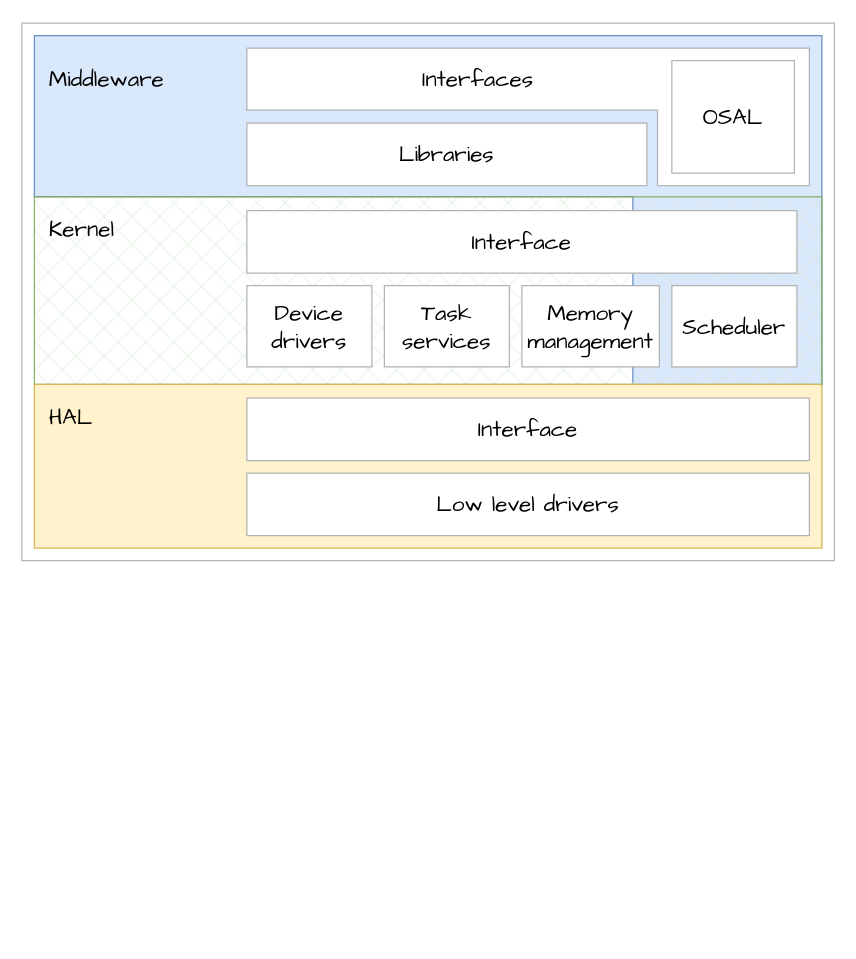
This is page "OS Structure" (2 of 9) of assets/OS.drawio from braboj/tutorial-os, a draw.io file, before an edit. Source tidied: cells renumbered, new cells numbered last; positions are measured from the earlier drawing's top-left corner, leaving out a move shared by most shapes. Both pictures are drawn from the tidied source at 125%, with x=0, y=0 at pixel (21, 22).
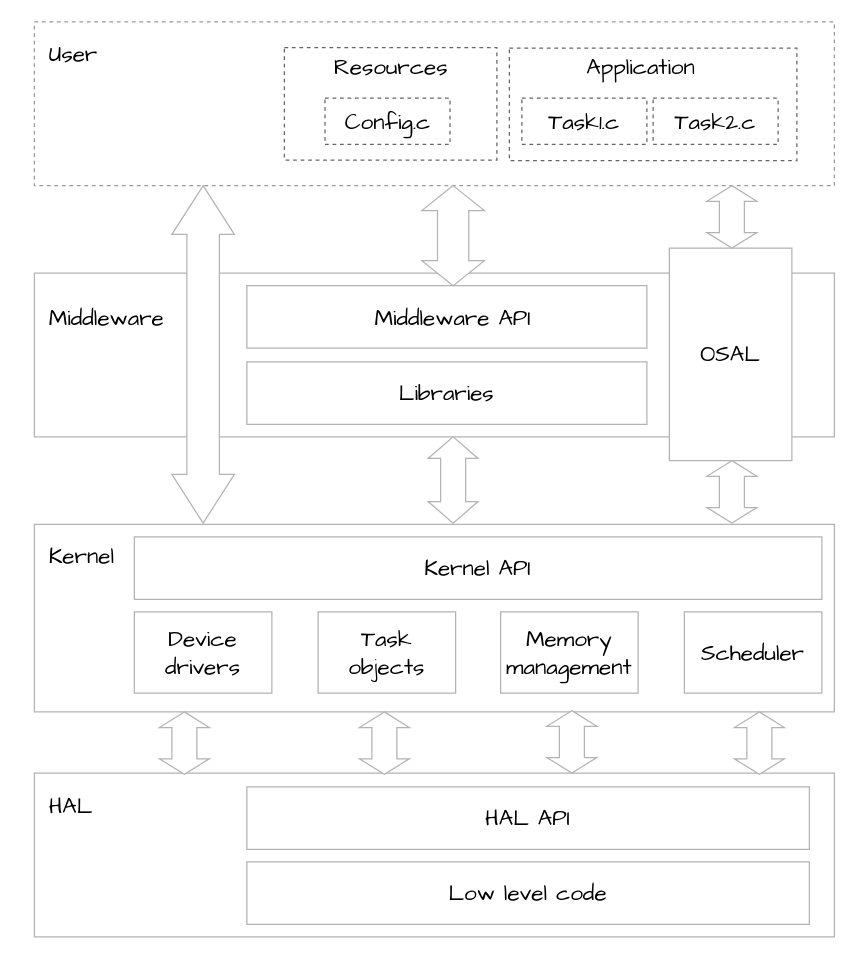
Above is the later version.

The edit, as a diff of the source:
```diff
@@
-    <mxCell id="2" style="rounded=0;whiteSpace=wrap;html=1;strokeColor=#B3B3B3;fontFamily=Comic Sans MS;" parent="1" vertex="1">
-      <mxGeometry width="650" height="430" as="geometry" />
-    </mxCell>
-    <mxCell id="3" style="verticalLabelPosition=bottom;verticalAlign=top;html=1;shape=mxgraph.basic.polygon;polyCoords=[[0.25,0],[0.75,0],[1,0],[1,1],[0.76,1],[0.76,0.46],[0,0.46],[0,0]];polyline=0;shadow=0;fontFamily=Comic Sans MS;fontSize=18;strokeColor=#6c8ebf;fillColor=#dae8fc;" parent="1" vertex="1">
-      <mxGeometry x="10" y="10" width="630" height="280" as="geometry" />
-    </mxCell>
+    <mxCell id="20" style="rounded=0;whiteSpace=wrap;html=1;shadow=0;fillStyle=auto;fontFamily=Comic Sans MS;dashed=1;strokeColor=#999999;" parent="1" vertex="1">
+      <mxGeometry x="10" y="-1" width="640" height="131" as="geometry" />
+    </mxCell>
+    <mxCell id="21" style="rounded=0;whiteSpace=wrap;html=1;glass=0;shadow=0;fontSize=18;strokeColor=#666666;fontFamily=Comic Sans MS;dashed=1;" parent="1" vertex="1">
+      <mxGeometry x="210" y="19.5" width="170" height="90" as="geometry" />
+    </mxCell>
+    <mxCell id="22" style="rounded=0;whiteSpace=wrap;html=1;glass=0;shadow=0;fontSize=18;strokeColor=#666666;fontFamily=Comic Sans MS;dashed=1;" parent="1" vertex="1">
+      <mxGeometry x="390" y="20" width="230" height="90" as="geometry" />
+    </mxCell>
-    <mxCell id="4" style="rounded=0;whiteSpace=wrap;html=1;shadow=0;fillStyle=cross-hatch;strokeColor=#82b366;fontFamily=Comic Sans MS;fillColor=#d5e8d4;" parent="1" vertex="1">
-      <mxGeometry x="10" y="139" width="630" height="150" as="geometry" />
+    <mxCell id="4" style="rounded=0;whiteSpace=wrap;html=1;shadow=0;fillStyle=auto;fontFamily=Comic Sans MS;strokeColor=#B3B3B3;" parent="1" vertex="1">
+      <mxGeometry x="10" y="401" width="640" height="150" as="geometry" />
     </mxCell>
+    <mxCell id="23" style="rounded=0;whiteSpace=wrap;html=1;shadow=0;fillStyle=auto;fontFamily=Comic Sans MS;strokeColor=#B3B3B3;" parent="1" vertex="1">
+      <mxGeometry x="10" y="200" width="640" height="131" as="geometry" />
+    </mxCell>
-    <mxCell id="5" style="rounded=0;whiteSpace=wrap;html=1;glass=0;shadow=0;strokeColor=#d6b656;fontFamily=Comic Sans MS;fontSize=16;fillColor=#fff2cc;" parent="1" vertex="1">
-      <mxGeometry x="10" y="289" width="630" height="131" as="geometry" />
+    <mxCell id="5" style="rounded=0;whiteSpace=wrap;html=1;glass=0;shadow=0;fontFamily=Comic Sans MS;fontSize=16;strokeColor=#B3B3B3;" parent="1" vertex="1">
+      <mxGeometry x="10" y="600" width="640" height="131" as="geometry" />
     </mxCell>
     <mxCell id="6" value="Kernel" style="text;html=1;align=left;verticalAlign=middle;whiteSpace=wrap;rounded=0;shadow=0;glass=0;fillStyle=auto;fontFamily=Comic Sans MS;fontSize=18;" parent="1" vertex="1">
-      <mxGeometry x="20" y="150" width="60" height="30" as="geometry" />
+      <mxGeometry x="20" y="411" width="60" height="30" as="geometry" />
     </mxCell>
     <mxCell id="7" value="Middleware" style="text;html=1;align=left;verticalAlign=middle;whiteSpace=wrap;rounded=0;shadow=0;glass=0;fillStyle=auto;fontFamily=Comic Sans MS;fontSize=18;" parent="1" vertex="1">
-      <mxGeometry x="20" y="30" width="100" height="30" as="geometry" />
+      <mxGeometry x="20" y="221" width="100" height="30" as="geometry" />
     </mxCell>
     <mxCell id="8" value="Memory management" style="rounded=0;whiteSpace=wrap;html=1;glass=0;shadow=0;fontSize=18;strokeColor=#B3B3B3;fontFamily=Comic Sans MS;" parent="1" vertex="1">
-      <mxGeometry x="400" y="210" width="110" height="65" as="geometry" />
+      <mxGeometry x="383" y="471" width="110" height="65" as="geometry" />
     </mxCell>
     <mxCell id="9" value="Scheduler" style="rounded=0;whiteSpace=wrap;html=1;glass=0;shadow=0;fontSize=18;strokeColor=#B3B3B3;fontFamily=Comic Sans MS;" parent="1" vertex="1">
-      <mxGeometry x="520" y="210" width="100" height="65" as="geometry" />
+      <mxGeometry x="530" y="471" width="110" height="65" as="geometry" />
     </mxCell>
-    <mxCell id="10" value="Interface" style="rounded=0;whiteSpace=wrap;html=1;glass=0;shadow=0;fontSize=18;strokeColor=#B3B3B3;fontFamily=Comic Sans MS;" parent="1" vertex="1">
-      <mxGeometry x="180" y="150" width="440" height="50" as="geometry" />
+    <mxCell id="10" value="Kernel API" style="rounded=0;whiteSpace=wrap;html=1;glass=0;shadow=0;fontSize=18;strokeColor=#B3B3B3;fontFamily=Comic Sans MS;" parent="1" vertex="1">
+      <mxGeometry x="90" y="411" width="550" height="50" as="geometry" />
     </mxCell>
-    <mxCell id="11" value="Task services" style="rounded=0;whiteSpace=wrap;html=1;glass=0;shadow=0;fontSize=18;strokeColor=#B3B3B3;fontFamily=Comic Sans MS;" parent="1" vertex="1">
-      <mxGeometry x="290" y="210" width="100" height="65" as="geometry" />
+    <mxCell id="11" value="Task objects" style="rounded=0;whiteSpace=wrap;html=1;glass=0;shadow=0;fontSize=18;strokeColor=#B3B3B3;fontFamily=Comic Sans MS;" parent="1" vertex="1">
+      <mxGeometry x="237" y="471" width="110" height="65" as="geometry" />
     </mxCell>
     <mxCell id="12" value="Device drivers" style="rounded=0;whiteSpace=wrap;html=1;glass=0;shadow=0;fontSize=18;strokeColor=#B3B3B3;fontFamily=Comic Sans MS;" parent="1" vertex="1">
-      <mxGeometry x="180" y="210" width="100" height="65" as="geometry" />
+      <mxGeometry x="90" y="471" width="110" height="65" as="geometry" />
     </mxCell>
     <mxCell id="13" value="HAL" style="text;html=1;align=left;verticalAlign=middle;whiteSpace=wrap;rounded=0;shadow=0;glass=0;fillStyle=auto;fontFamily=Comic Sans MS;fontSize=18;" parent="1" vertex="1">
-      <mxGeometry x="20" y="300" width="60" height="30" as="geometry" />
+      <mxGeometry x="20" y="611" width="60" height="30" as="geometry" />
     </mxCell>
-    <mxCell id="14" value="Interface" style="rounded=0;whiteSpace=wrap;html=1;glass=0;shadow=0;fontSize=18;strokeColor=#B3B3B3;fontFamily=Comic Sans MS;" parent="1" vertex="1">
-      <mxGeometry x="180" y="300" width="450" height="50" as="geometry" />
+    <mxCell id="14" value="HAL API" style="rounded=0;whiteSpace=wrap;html=1;glass=0;shadow=0;fontSize=18;strokeColor=#B3B3B3;fontFamily=Comic Sans MS;" parent="1" vertex="1">
+      <mxGeometry x="180" y="611" width="450" height="50" as="geometry" />
     </mxCell>
-    <mxCell id="15" value="Low level drivers" style="rounded=0;whiteSpace=wrap;html=1;glass=0;shadow=0;fontSize=18;strokeColor=#B3B3B3;fontFamily=Comic Sans MS;" parent="1" vertex="1">
-      <mxGeometry x="180" y="360" width="450" height="50" as="geometry" />
+    <mxCell id="15" value="Low level code" style="rounded=0;whiteSpace=wrap;html=1;glass=0;shadow=0;fontSize=18;strokeColor=#B3B3B3;fontFamily=Comic Sans MS;" parent="1" vertex="1">
+      <mxGeometry x="180" y="671" width="450" height="50" as="geometry" />
     </mxCell>
-    <mxCell id="16" style="verticalLabelPosition=bottom;verticalAlign=top;html=1;shape=mxgraph.basic.polygon;polyCoords=[[0.25,0],[0.75,0],[1,0],[1,1],[0.73,1],[0.73,0.45],[0,0.45],[0,0]];polyline=0;shadow=0;fontFamily=Comic Sans MS;fontSize=18;strokeColor=#B3B3B3;" parent="1" vertex="1">
-      <mxGeometry x="180" y="20" width="450" height="110" as="geometry" />
+    <mxCell id="16" style="verticalLabelPosition=bottom;verticalAlign=top;html=1;shape=mxgraph.basic.polygon;polyCoords=[[0.25,0],[0.75,0],[1,0],[1,0.45],[0.76,0.45],[0.73,0.45],[0,0.45],[0,0]];polyline=0;shadow=0;fontFamily=Comic Sans MS;fontSize=18;strokeColor=#B3B3B3;" parent="1" vertex="1">
+      <mxGeometry x="180" y="210" width="320" height="111" as="geometry" />
     </mxCell>
     <mxCell id="17" value="Libraries" style="rounded=0;whiteSpace=wrap;html=1;glass=0;shadow=0;fontSize=18;strokeColor=#B3B3B3;fontFamily=Comic Sans MS;" parent="1" vertex="1">
-      <mxGeometry x="180" y="80" width="320" height="50" as="geometry" />
+      <mxGeometry x="180" y="271" width="320" height="50" as="geometry" />
     </mxCell>
     <mxCell id="18" value="OSAL" style="rounded=0;whiteSpace=wrap;html=1;glass=0;shadow=0;fontSize=18;strokeColor=#B3B3B3;fontFamily=Comic Sans MS;" parent="1" vertex="1">
-      <mxGeometry x="520" y="30" width="98" height="90" as="geometry" />
+      <mxGeometry x="518" y="180" width="98" height="170" as="geometry" />
     </mxCell>
-    <mxCell id="19" value="Interfaces" style="text;html=1;strokeColor=none;fillColor=none;align=center;verticalAlign=middle;whiteSpace=wrap;rounded=0;shadow=0;fontFamily=Comic Sans MS;fontSize=18;" parent="1" vertex="1">
-      <mxGeometry x="300" y="30" width="130" height="30" as="geometry" />
+    <mxCell id="19" value="Middleware API" style="text;html=1;strokeColor=none;fillColor=none;align=center;verticalAlign=middle;whiteSpace=wrap;rounded=0;shadow=0;fontFamily=Comic Sans MS;fontSize=18;" parent="1" vertex="1">
+      <mxGeometry x="270" y="221" width="150" height="30" as="geometry" />
     </mxCell>
+    <mxCell id="24" value="User" style="text;html=1;align=left;verticalAlign=middle;whiteSpace=wrap;rounded=0;shadow=0;glass=0;fillStyle=auto;fontFamily=Comic Sans MS;fontSize=18;" parent="1" vertex="1">
+      <mxGeometry x="20" y="10" width="100" height="30" as="geometry" />
+    </mxCell>
+    <mxCell id="25" value="Task1.c" style="rounded=0;whiteSpace=wrap;html=1;glass=0;shadow=0;fontSize=18;strokeColor=#666666;fontFamily=Comic Sans MS;dashed=1;" parent="1" vertex="1">
+      <mxGeometry x="400" y="60" width="100" height="37" as="geometry" />
+    </mxCell>
+    <mxCell id="26" value="Task2.c" style="rounded=0;whiteSpace=wrap;html=1;glass=0;shadow=0;fontSize=18;strokeColor=#666666;fontFamily=Comic Sans MS;dashed=1;" parent="1" vertex="1">
+      <mxGeometry x="505" y="60" width="100" height="37" as="geometry" />
+    </mxCell>
+    <mxCell id="27" value="Config.c" style="rounded=0;whiteSpace=wrap;html=1;glass=0;shadow=0;fontSize=18;strokeColor=#666666;fontFamily=Comic Sans MS;dashed=1;" parent="1" vertex="1">
+      <mxGeometry x="242.5" y="60" width="100" height="37" as="geometry" />
+    </mxCell>
+    <mxCell id="28" style="shape=doubleArrow;direction=south;whiteSpace=wrap;html=1;fillStyle=auto;strokeColor=#B3B3B3;arrowWidth=0.5;arrowSize=0.25;" parent="1" vertex="1">
+      <mxGeometry x="320" y="130" width="50" height="80" as="geometry" />
+    </mxCell>
+    <mxCell id="29" style="shape=doubleArrow;direction=south;whiteSpace=wrap;html=1;fillStyle=auto;strokeColor=#B3B3B3;arrowWidth=0.5;arrowSize=0.25;" parent="1" vertex="1">
+      <mxGeometry x="548" y="130" width="40" height="50" as="geometry" />
+    </mxCell>
+    <mxCell id="30" style="shape=doubleArrow;direction=south;whiteSpace=wrap;html=1;fillStyle=auto;strokeColor=#B3B3B3;arrowWidth=0.52;arrowSize=0.14444444444444443;" parent="1" vertex="1">
+      <mxGeometry x="120" y="130" width="50" height="270" as="geometry" />
+    </mxCell>
+    <mxCell id="31" value="Application" style="text;html=1;align=left;verticalAlign=middle;whiteSpace=wrap;rounded=0;shadow=0;glass=0;fillStyle=auto;fontFamily=Comic Sans MS;fontSize=18;" parent="1" vertex="1">
+      <mxGeometry x="450" y="20" width="100" height="30" as="geometry" />
+    </mxCell>
+    <mxCell id="32" value="Resources" style="text;html=1;align=left;verticalAlign=middle;whiteSpace=wrap;rounded=0;shadow=0;glass=0;fillStyle=auto;fontFamily=Comic Sans MS;fontSize=18;" parent="1" vertex="1">
+      <mxGeometry x="248" y="20" width="100" height="30" as="geometry" />
+    </mxCell>
+    <mxCell id="33" style="shape=doubleArrow;direction=south;whiteSpace=wrap;html=1;fillStyle=auto;strokeColor=#B3B3B3;arrowWidth=0.5;arrowSize=0.25;" parent="1" vertex="1">
+      <mxGeometry x="548" y="350" width="40" height="50" as="geometry" />
+    </mxCell>
+    <mxCell id="34" style="shape=doubleArrow;direction=south;whiteSpace=wrap;html=1;fillStyle=auto;strokeColor=#B3B3B3;arrowWidth=0.5;arrowSize=0.25;" parent="1" vertex="1">
+      <mxGeometry x="110" y="551" width="40" height="50" as="geometry" />
+    </mxCell>
+    <mxCell id="35" style="shape=doubleArrow;direction=south;whiteSpace=wrap;html=1;fillStyle=auto;strokeColor=#B3B3B3;arrowWidth=0.5;arrowSize=0.25;" parent="1" vertex="1">
+      <mxGeometry x="570" y="551" width="40" height="50" as="geometry" />
+    </mxCell>
+    <mxCell id="36" style="shape=doubleArrow;direction=south;whiteSpace=wrap;html=1;fillStyle=auto;strokeColor=#B3B3B3;arrowWidth=0.5;arrowSize=0.25;" parent="1" vertex="1">
+      <mxGeometry x="420" y="550" width="40" height="50" as="geometry" />
+    </mxCell>
+    <mxCell id="37" style="shape=doubleArrow;direction=south;whiteSpace=wrap;html=1;fillStyle=auto;strokeColor=#B3B3B3;arrowWidth=0.5;arrowSize=0.25;" parent="1" vertex="1">
+      <mxGeometry x="270" y="551" width="40" height="50" as="geometry" />
+    </mxCell>
+    <mxCell id="38" style="shape=doubleArrow;direction=south;whiteSpace=wrap;html=1;fillStyle=auto;strokeColor=#B3B3B3;arrowWidth=0.5;arrowSize=0.25;" parent="1" vertex="1">
+      <mxGeometry x="325" y="331" width="40" height="69" as="geometry" />
+    </mxCell>
```
